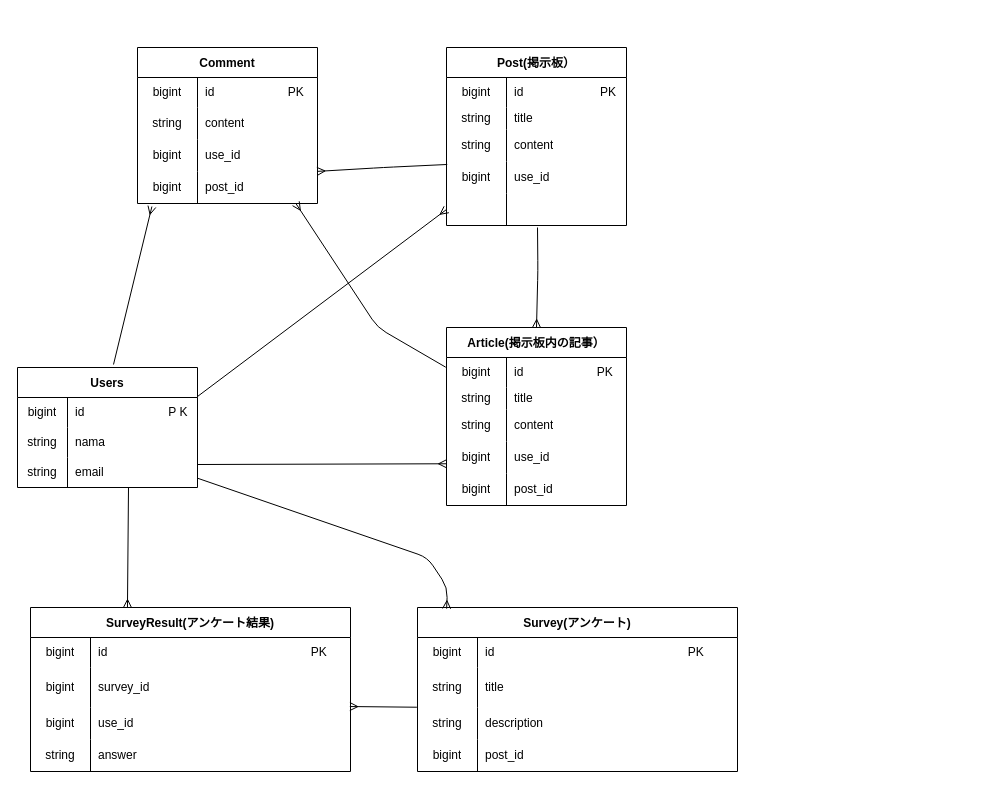
Earlier version of the draw.io diagram page "ページ1" (1 of 2) of ER/.drawio (Tsuka40408080/MINNNANO). Source tidied: cells renumbered, new cells numbered last; positions are measured from the earlier drawing's top-left corner, leaving out a move shared by most shapes. Both pictures are drawn from the tidied source at 100%, with x=0, y=0 at pixel (17, 47).
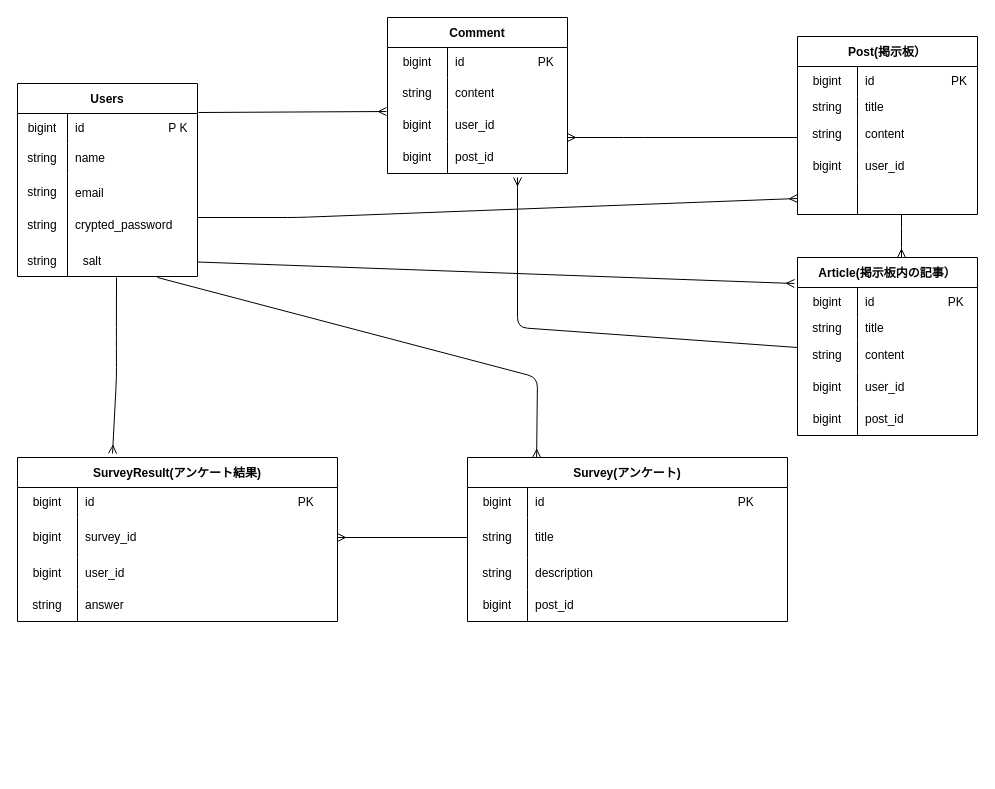
After the change.

The change refers to these unchanged cells:
```xml
<mxCell id="3" style="shape=tableRow;horizontal=0;startSize=0;swimlaneHead=0;swimlaneBody=0;top=0;left=0;bottom=0;right=0;fillColor=none;points=[[0,0.5],[1,0.5]];portConstraint=eastwest;" parent="2" vertex="1">
  <mxGeometry y="30" width="180" height="30" as="geometry" />
</mxCell>
<mxCell id="6" style="shape=tableRow;horizontal=0;startSize=0;swimlaneHead=0;swimlaneBody=0;top=0;left=0;bottom=0;right=0;fillColor=none;" parent="2" vertex="1">
  <mxGeometry y="60" width="180" height="30" as="geometry" />
</mxCell>
<mxCell id="22" style="shape=tableRow;horizontal=0;startSize=0;swimlaneHead=0;swimlaneBody=0;top=0;left=0;bottom=0;right=0;fillColor=none;points=[[0,0.5],[1,0.5]];portConstraint=eastwest;" parent="12" vertex="1">
  <mxGeometry y="114" width="180" height="32" as="geometry" />
</mxCell>
<mxCell id="25" style="shape=tableRow;horizontal=0;startSize=0;swimlaneHead=0;swimlaneBody=0;top=0;left=0;bottom=0;right=0;fillColor=none;points=[[0,0.5],[1,0.5]];portConstraint=eastwest;" parent="12" vertex="1">
  <mxGeometry y="146" width="180" height="32" as="geometry" />
</mxCell>
<mxCell id="29" style="shape=tableRow;horizontal=0;startSize=0;swimlaneHead=0;swimlaneBody=0;top=0;left=0;bottom=0;right=0;fillColor=none;points=[[0,0.5],[1,0.5]];portConstraint=eastwest;" parent="28" vertex="1">
  <mxGeometry y="30" width="180" height="30" as="geometry" />
</mxCell>
<mxCell id="35" style="shape=tableRow;horizontal=0;startSize=0;swimlaneHead=0;swimlaneBody=0;top=0;left=0;bottom=0;right=0;fillColor=none;points=[[0,0.5],[1,0.5]];portConstraint=eastwest;" parent="28" vertex="1">
  <mxGeometry y="82" width="180" height="32" as="geometry" />
</mxCell>
<mxCell id="38" style="shape=tableRow;horizontal=0;startSize=0;swimlaneHead=0;swimlaneBody=0;top=0;left=0;bottom=0;right=0;fillColor=none;points=[[0,0.5],[1,0.5]];portConstraint=eastwest;" parent="28" vertex="1">
  <mxGeometry y="114" width="180" height="32" as="geometry" />
</mxCell>
<mxCell id="48" style="shape=tableRow;horizontal=0;startSize=0;swimlaneHead=0;swimlaneBody=0;top=0;left=0;bottom=0;right=0;fillColor=none;points=[[0,0.5],[1,0.5]];portConstraint=eastwest;" parent="44" vertex="1">
  <mxGeometry y="60" width="320" height="40" as="geometry" />
</mxCell>
<mxCell id="61" style="shape=tableRow;horizontal=0;startSize=0;swimlaneHead=0;swimlaneBody=0;top=0;left=0;bottom=0;right=0;fillColor=none;points=[[0,0.5],[1,0.5]];portConstraint=eastwest;" parent="57" vertex="1">
  <mxGeometry y="60" width="320" height="40" as="geometry" />
</mxCell>
<mxCell id="64" style="shape=tableRow;horizontal=0;startSize=0;swimlaneHead=0;swimlaneBody=0;top=0;left=0;bottom=0;right=0;fillColor=none;" parent="57" vertex="1">
  <mxGeometry y="100" width="320" height="32" as="geometry" />
</mxCell>
<mxCell id="74" style="shape=tableRow;horizontal=0;startSize=0;swimlaneHead=0;swimlaneBody=0;top=0;left=0;bottom=0;right=0;fillColor=none;points=[[0,0.5],[1,0.5]];portConstraint=eastwest;" parent="70" vertex="1">
  <mxGeometry y="60" width="180" height="32" as="geometry" />
</mxCell>
<mxCell id="77" style="shape=tableRow;horizontal=0;startSize=0;swimlaneHead=0;swimlaneBody=0;top=0;left=0;bottom=0;right=0;fillColor=none;" parent="70" vertex="1">
  <mxGeometry y="92" width="180" height="32" as="geometry" />
</mxCell>
<mxCell id="80" style="shape=tableRow;horizontal=0;startSize=0;swimlaneHead=0;swimlaneBody=0;top=0;left=0;bottom=0;right=0;fillColor=none;points=[[0,0.5],[1,0.5]];portConstraint=eastwest;" parent="70" vertex="1">
  <mxGeometry y="124" width="180" height="32" as="geometry" />
</mxCell>
```

What changed in the source:
```diff
@@
     <mxCell id="2" value="Users" style="shape=table;startSize=30;childLayout=tableLayout;rowLines=0;fontStyle=1;" parent="1" vertex="1">
-      <mxGeometry y="320" width="180" height="120" as="geometry" />
+      <mxGeometry y="36" width="180" height="193" as="geometry" />
     </mxCell>
@@
-    <mxCell id="8" value="nama" style="shape=partialRectangle;html=1;whiteSpace=wrap;fillColor=none;top=0;left=0;bottom=0;right=0;align=left;spacingLeft=6;overflow=hidden;" parent="6" vertex="1">
+    <mxCell id="8" value="name" style="shape=partialRectangle;html=1;whiteSpace=wrap;fillColor=none;top=0;left=0;bottom=0;right=0;align=left;spacingLeft=6;overflow=hidden;" parent="6" vertex="1">
       <mxGeometry x="50" width="130" height="30" as="geometry" />
     </mxCell>
     <mxCell id="9" style="shape=tableRow;horizontal=0;startSize=0;swimlaneHead=0;swimlaneBody=0;top=0;left=0;bottom=0;right=0;fillColor=none;" parent="2" vertex="1">
-      <mxGeometry y="90" width="180" height="30" as="geometry" />
+      <mxGeometry y="90" width="180" height="103" as="geometry" />
     </mxCell>
     <mxCell id="10" value="string" style="shape=partialRectangle;html=1;whiteSpace=wrap;fillColor=none;top=0;left=0;bottom=0;right=0;overflow=hidden;" parent="9" vertex="1">
-      <mxGeometry width="50" height="30" as="geometry" />
+      <mxGeometry width="50" height="103" as="geometry" />
     </mxCell>
-    <mxCell id="11" value="email" style="shape=partialRectangle;html=1;whiteSpace=wrap;fillColor=none;top=0;left=0;bottom=0;right=0;align=left;spacingLeft=6;overflow=hidden;" parent="9" vertex="1">
-      <mxGeometry x="50" width="130" height="30" as="geometry" />
+    <mxCell id="11" style="shape=partialRectangle;html=1;whiteSpace=wrap;fillColor=none;top=0;left=0;bottom=0;right=0;align=left;spacingLeft=6;overflow=hidden;" parent="9" vertex="1">
+      <mxGeometry x="50" width="130" height="103" as="geometry" />
     </mxCell>
     <mxCell id="12" value="Post(掲示板）" style="shape=table;startSize=30;childLayout=tableLayout;rowLines=0;fontStyle=1;labelBorderColor=none;labelBackgroundColor=none;" parent="1" vertex="1">
-      <mxGeometry x="429" width="180" height="178" as="geometry" />
+      <mxGeometry x="780" y="-11" width="180" height="178" as="geometry" />
     </mxCell>
@@
-    <mxCell id="24" value="use_id" style="shape=partialRectangle;html=1;whiteSpace=wrap;fillColor=none;top=0;left=0;bottom=0;right=0;align=left;spacingLeft=6;overflow=hidden;" parent="22" vertex="1">
+    <mxCell id="24" value="user_id" style="shape=partialRectangle;html=1;whiteSpace=wrap;fillColor=none;top=0;left=0;bottom=0;right=0;align=left;spacingLeft=6;overflow=hidden;" parent="22" vertex="1">
       <mxGeometry x="60" width="120" height="32" as="geometry" />
     </mxCell>
@@
     <mxCell id="28" value="Article(掲示板内の記事）" style="shape=table;startSize=30;childLayout=tableLayout;rowLines=0;fontStyle=1;labelBorderColor=none;labelBackgroundColor=none;" parent="1" vertex="1">
-      <mxGeometry x="429" y="280" width="180" height="178" as="geometry" />
+      <mxGeometry x="780" y="210" width="180" height="178" as="geometry" />
     </mxCell>
@@
-    <mxCell id="40" value="use_id" style="shape=partialRectangle;html=1;whiteSpace=wrap;fillColor=none;top=0;left=0;bottom=0;right=0;align=left;spacingLeft=6;overflow=hidden;" parent="38" vertex="1">
+    <mxCell id="40" value="user_id" style="shape=partialRectangle;html=1;whiteSpace=wrap;fillColor=none;top=0;left=0;bottom=0;right=0;align=left;spacingLeft=6;overflow=hidden;" parent="38" vertex="1">
       <mxGeometry x="60" width="120" height="32" as="geometry" />
     </mxCell>
@@
     <mxCell id="44" value="Survey(アンケート)" style="shape=table;startSize=30;childLayout=tableLayout;rowLines=0;fontStyle=1;labelBorderColor=none;labelBackgroundColor=none;" parent="1" vertex="1">
-      <mxGeometry x="400" y="560" width="320" height="164" as="geometry" />
+      <mxGeometry x="450" y="410" width="320" height="164" as="geometry" />
     </mxCell>
@@
     <mxCell id="57" value="SurveyResult(アンケート結果)" style="shape=table;startSize=30;childLayout=tableLayout;rowLines=0;fontStyle=1;labelBorderColor=none;labelBackgroundColor=none;" parent="1" vertex="1">
-      <mxGeometry x="13" y="560" width="320" height="164" as="geometry" />
+      <mxGeometry y="410" width="320" height="164" as="geometry" />
     </mxCell>
@@
-    <mxCell id="66" value="use_id" style="shape=partialRectangle;html=1;whiteSpace=wrap;fillColor=none;top=0;left=0;bottom=0;right=0;align=left;spacingLeft=6;overflow=hidden;" parent="64" vertex="1">
+    <mxCell id="66" value="user_id" style="shape=partialRectangle;html=1;whiteSpace=wrap;fillColor=none;top=0;left=0;bottom=0;right=0;align=left;spacingLeft=6;overflow=hidden;" parent="64" vertex="1">
       <mxGeometry x="60" width="260" height="32" as="geometry" />
     </mxCell>
@@
     <mxCell id="70" value="Comment" style="shape=table;startSize=30;childLayout=tableLayout;rowLines=0;fontStyle=1;labelBorderColor=none;labelBackgroundColor=none;" parent="1" vertex="1">
-      <mxGeometry x="120" width="180" height="156" as="geometry" />
+      <mxGeometry x="370" y="-30" width="180" height="156" as="geometry" />
     </mxCell>
@@
-    <mxCell id="79" value="use_id" style="shape=partialRectangle;html=1;whiteSpace=wrap;fillColor=none;top=0;left=0;bottom=0;right=0;align=left;spacingLeft=6;overflow=hidden;" parent="77" vertex="1">
+    <mxCell id="79" value="user_id" style="shape=partialRectangle;html=1;whiteSpace=wrap;fillColor=none;top=0;left=0;bottom=0;right=0;align=left;spacingLeft=6;overflow=hidden;" parent="77" vertex="1">
       <mxGeometry x="60" width="120" height="32" as="geometry" />
     </mxCell>
@@
-    <mxCell id="83" style="endArrow=ERmany;html=1;strokeColor=default;strokeWidth=1;fontSize=15;jumpSize=12;endFill=0;entryX=0.992;entryY=0.996;entryDx=0;entryDy=0;entryPerimeter=0;exitX=0.004;exitY=0.093;exitDx=0;exitDy=0;exitPerimeter=0;" parent="70" edge="1" source="22">
+    <mxCell id="83" style="endArrow=ERmany;html=1;strokeColor=default;strokeWidth=1;fontSize=15;jumpSize=12;endFill=0;" parent="70" edge="1">
       <mxGeometry relative="1" as="geometry">
-        <mxPoint x="179.6" y="123.9" as="targetPoint" />
+        <mxPoint x="410" y="120" as="sourcePoint" />
+        <mxPoint x="180" y="120" as="targetPoint" />
         <Array as="points">
           <mxPoint x="246" y="120" />
         </Array>
       </mxGeometry>
     </mxCell>
-    <mxCell id="84" style="endArrow=ERmany;html=1;strokeColor=default;strokeWidth=1;fontSize=15;jumpSize=12;endFill=0;entryX=0.08;entryY=1.095;entryDx=0;entryDy=0;entryPerimeter=0;" parent="1" edge="1" target="80">
-      <mxGeometry relative="1" as="geometry">
-        <mxPoint x="96" y="317" as="sourcePoint" />
-      </mxGeometry>
+    <mxCell id="84" style="endArrow=ERmany;html=1;strokeColor=default;strokeWidth=1;fontSize=15;jumpSize=12;endFill=0;exitX=1.006;exitY=-0.033;exitDx=0;exitDy=0;exitPerimeter=0;entryX=-0.006;entryY=1.063;entryDx=0;entryDy=0;entryPerimeter=0;" parent="1" edge="1" source="3" target="74">
+      <mxGeometry relative="1" as="geometry" />
     </mxCell>
     <mxCell id="85" style="endArrow=ERmany;html=1;strokeColor=default;strokeWidth=1;fontSize=15;jumpSize=12;endFill=0;entryX=0;entryY=0.5;entryDx=0;entryDy=0;" parent="1" edge="1" target="25">
       <mxGeometry relative="1" as="geometry">
-        <mxPoint x="180" y="349" as="sourcePoint" />
+        <mxPoint x="180" y="170" as="sourcePoint" />
+        <Array as="points">
+          <mxPoint x="280" y="170" />
+        </Array>
       </mxGeometry>
     </mxCell>
-    <mxCell id="86" style="endArrow=ERmany;html=1;strokeColor=default;strokeWidth=1;fontSize=15;jumpSize=12;endFill=0;entryX=0.5;entryY=0;entryDx=0;entryDy=0;" parent="1" edge="1" target="28">
-      <mxGeometry relative="1" as="geometry">
-        <mxPoint x="520" y="180" as="sourcePoint" />
-        <Array as="points">
-          <mxPoint x="520.4" y="223" />
-        </Array>
-      </mxGeometry>
-    </mxCell>
-    <mxCell id="87" style="endArrow=ERmany;html=1;strokeColor=default;strokeWidth=1;fontSize=15;jumpSize=12;endFill=0;entryX=0;entryY=0.696;entryDx=0;entryDy=0;entryPerimeter=0;" parent="1" edge="1" target="38">
-      <mxGeometry relative="1" as="geometry">
-        <mxPoint x="180" y="417" as="sourcePoint" />
-      </mxGeometry>
-    </mxCell>
+    <mxCell id="91" style="endArrow=ERmany;html=1;strokeColor=default;strokeWidth=1;fontSize=15;jumpSize=12;endFill=0;exitX=0;exitY=0.25;exitDx=0;exitDy=0;exitPerimeter=0;" parent="1" edge="1" source="35">
+      <mxGeometry relative="1" as="geometry">
+        <mxPoint x="500" y="130" as="targetPoint" />
+        <Array as="points">
+          <mxPoint x="500" y="280" />
+          <mxPoint x="500" y="150" />
+        </Array>
+      </mxGeometry>
+    </mxCell>
+    <mxCell id="92" style="shape=tableRow;horizontal=0;startSize=0;swimlaneHead=0;swimlaneBody=0;top=0;left=0;bottom=0;right=0;fillColor=none;" parent="1" vertex="1">
+      <mxGeometry y="440" width="180" height="30" as="geometry" />
+    </mxCell>
+    <mxCell id="93" style="shape=tableRow;horizontal=0;startSize=0;swimlaneHead=0;swimlaneBody=0;top=0;left=0;bottom=0;right=0;fillColor=none;points=[[0,0.5],[1,0.5]];portConstraint=eastwest;" parent="1" vertex="1">
+      <mxGeometry y="410" width="180" height="30" as="geometry" />
+    </mxCell>
+    <mxCell id="94" style="shape=tableRow;horizontal=0;startSize=0;swimlaneHead=0;swimlaneBody=0;top=0;left=0;bottom=0;right=0;fillColor=none;" parent="1" vertex="1">
+      <mxGeometry y="440" width="180" height="30" as="geometry" />
+    </mxCell>
+    <mxCell id="95" style="shape=tableRow;horizontal=0;startSize=0;swimlaneHead=0;swimlaneBody=0;top=0;left=0;bottom=0;right=0;fillColor=none;" parent="1" vertex="1">
+      <mxGeometry y="530" width="180" height="30" as="geometry" />
+    </mxCell>
+    <mxCell id="96" style="shape=tableRow;horizontal=0;startSize=0;swimlaneHead=0;swimlaneBody=0;top=0;left=0;bottom=0;right=0;fillColor=none;" parent="1" vertex="1">
+      <mxGeometry y="560" width="180" height="30" as="geometry" />
+    </mxCell>
+    <mxCell id="97" style="shape=partialRectangle;html=1;whiteSpace=wrap;fillColor=none;top=0;left=0;bottom=0;right=0;align=left;spacingLeft=6;overflow=hidden;" parent="1" vertex="1">
+      <mxGeometry x="50" y="500" width="130" height="30" as="geometry" />
+    </mxCell>
+    <mxCell id="98" value="crypted_password" style="shape=partialRectangle;html=1;whiteSpace=wrap;fillColor=none;top=0;left=0;bottom=0;right=0;align=left;spacingLeft=6;overflow=hidden;" parent="1" vertex="1">
+      <mxGeometry x="50" y="163" width="130" height="30" as="geometry" />
+    </mxCell>
+    <mxCell id="99" value="string" style="shape=partialRectangle;html=1;whiteSpace=wrap;fillColor=none;top=0;left=0;bottom=0;right=0;overflow=hidden;" parent="1" vertex="1">
+      <mxGeometry y="199" width="50" height="30" as="geometry" />
+    </mxCell>
+    <mxCell id="100" value="salt" style="shape=partialRectangle;html=1;whiteSpace=wrap;fillColor=none;top=0;left=0;bottom=0;right=0;overflow=hidden;" parent="1" vertex="1">
+      <mxGeometry x="50" y="199" width="50" height="30" as="geometry" />
+    </mxCell>
+    <mxCell id="101" value="string" style="shape=partialRectangle;html=1;whiteSpace=wrap;fillColor=none;top=0;left=0;bottom=0;right=0;overflow=hidden;" parent="1" vertex="1">
+      <mxGeometry y="130" width="50" height="30" as="geometry" />
+    </mxCell>
+    <mxCell id="102" value="email" style="shape=partialRectangle;html=1;whiteSpace=wrap;fillColor=none;top=0;left=0;bottom=0;right=0;align=left;spacingLeft=6;overflow=hidden;" parent="1" vertex="1">
+      <mxGeometry x="50" y="131" width="130" height="30" as="geometry" />
+    </mxCell>
+    <mxCell id="103" style="endArrow=ERmany;html=1;strokeColor=default;strokeWidth=1;fontSize=15;jumpSize=12;endFill=0;exitX=1.006;exitY=-0.033;exitDx=0;exitDy=0;exitPerimeter=0;entryX=-0.017;entryY=-0.133;entryDx=0;entryDy=0;entryPerimeter=0;" parent="1" edge="1" target="29">
+      <mxGeometry relative="1" as="geometry">
+        <mxPoint x="180" y="214.5" as="sourcePoint" />
+      </mxGeometry>
+    </mxCell>
+    <mxCell id="104" style="endArrow=ERmany;html=1;strokeColor=default;strokeWidth=1;fontSize=15;jumpSize=12;endFill=0;entryX=0.528;entryY=-0.133;entryDx=0;entryDy=0;entryPerimeter=0;" parent="1" edge="1" target="93">
+      <mxGeometry relative="1" as="geometry">
+        <mxPoint x="99" y="230" as="sourcePoint" />
+        <Array as="points">
+          <mxPoint x="98.9" y="290" />
+          <mxPoint x="99" y="330" />
+        </Array>
+      </mxGeometry>
+    </mxCell>
+    <mxCell id="105" style="endArrow=ERmany;html=1;strokeColor=default;strokeWidth=1;fontSize=15;jumpSize=12;endFill=0;exitX=1.006;exitY=-0.033;exitDx=0;exitDy=0;exitPerimeter=0;entryX=0.216;entryY=0;entryDx=0;entryDy=0;entryPerimeter=0;" parent="1" edge="1" target="44">
+      <mxGeometry relative="1" as="geometry">
+        <mxPoint x="140" y="230" as="sourcePoint" />
+        <Array as="points">
+          <mxPoint x="520" y="330" />
+        </Array>
+      </mxGeometry>
+    </mxCell>
-    <mxCell id="88" style="endArrow=ERmany;html=1;strokeColor=default;strokeWidth=1;fontSize=15;jumpSize=12;endFill=0;exitX=-0.002;exitY=0.993;exitDx=0;exitDy=0;exitPerimeter=0;entryX=0.998;entryY=0.976;entryDx=0;entryDy=0;entryPerimeter=0;" parent="1" edge="1" source="48" target="61">
+    <mxCell id="88" style="endArrow=ERmany;html=1;strokeColor=default;strokeWidth=1;fontSize=15;jumpSize=12;endFill=0;exitX=0;exitY=0.5;exitDx=0;exitDy=0;entryX=1;entryY=0.5;entryDx=0;entryDy=0;" parent="1" edge="1" source="48" target="61">
       <mxGeometry relative="1" as="geometry" />
     </mxCell>
-    <mxCell id="89" style="endArrow=ERmany;html=1;strokeColor=default;strokeWidth=1;fontSize=15;jumpSize=12;endFill=0;entryX=0.091;entryY=0.007;entryDx=0;entryDy=0;entryPerimeter=0;" parent="1" edge="1" target="44">
-      <mxGeometry relative="1" as="geometry">
-        <mxPoint x="180" y="430.7" as="sourcePoint" />
-        <Array as="points">
-          <mxPoint x="410" y="510" />
-          <mxPoint x="430" y="540" />
-        </Array>
-      </mxGeometry>
-    </mxCell>
-    <mxCell id="90" style="endArrow=ERmany;html=1;strokeColor=default;strokeWidth=1;fontSize=15;jumpSize=12;endFill=0;entryX=0.303;entryY=0;entryDx=0;entryDy=0;entryPerimeter=0;" parent="1" edge="1" target="57">
-      <mxGeometry relative="1" as="geometry">
-        <mxPoint x="111" y="440" as="sourcePoint" />
-      </mxGeometry>
-    </mxCell>
-    <mxCell id="91" style="endArrow=ERmany;html=1;strokeColor=default;strokeWidth=1;fontSize=15;jumpSize=12;endFill=0;entryX=0.08;entryY=1.095;entryDx=0;entryDy=0;entryPerimeter=0;exitX=-0.004;exitY=0.324;exitDx=0;exitDy=0;exitPerimeter=0;" parent="1" edge="1" source="29">
-      <mxGeometry relative="1" as="geometry">
-        <mxPoint x="278.4" y="156" as="targetPoint" />
-        <Array as="points">
-          <mxPoint x="360" y="280" />
-        </Array>
-      </mxGeometry>
-    </mxCell>
+    <mxCell id="106" style="endArrow=ERmany;html=1;strokeColor=default;strokeWidth=1;fontSize=15;jumpSize=12;endFill=0;" parent="1" edge="1">
+      <mxGeometry relative="1" as="geometry">
+        <mxPoint x="884" y="167" as="sourcePoint" />
+        <mxPoint x="884" y="210" as="targetPoint" />
+        <Array as="points">
+          <mxPoint x="884" y="190" />
+        </Array>
+      </mxGeometry>
+    </mxCell>
```
